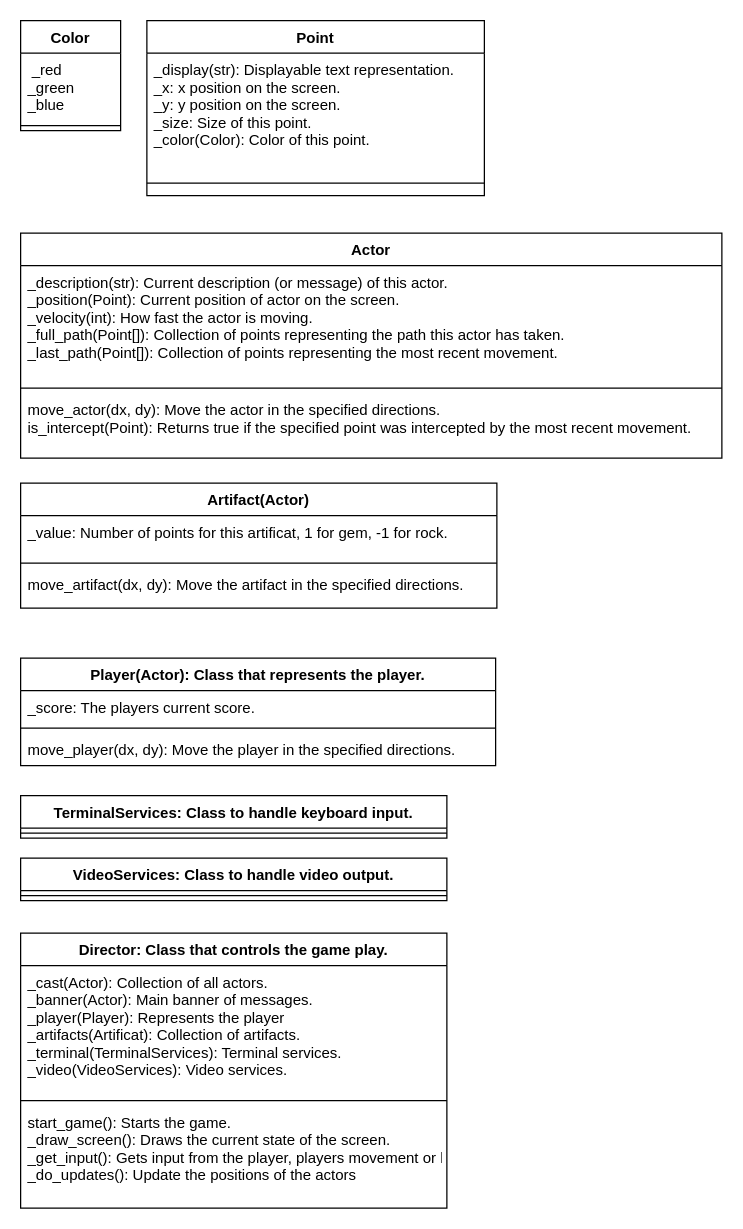
mscottreynolds/cse210-04 keeps this draw.io diagram as Greed - Class Diagram.drawio. Above is the earlier version. Source tidied: cells renumbered, new cells numbered last; positions are measured from the earlier drawing's top-left corner, leaving out a move shared by most shapes. Both pictures are drawn from the tidied source at 125%, with x=0, y=0 at pixel (20, 20).
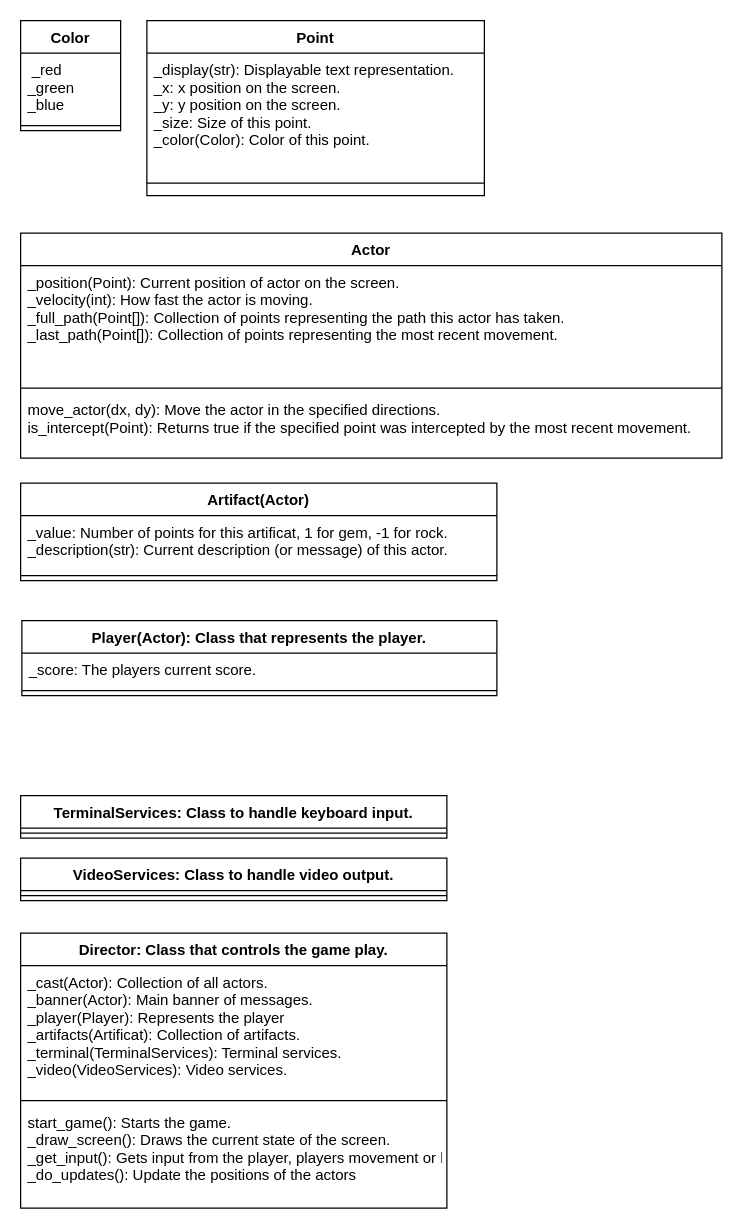
After the change.

The change refers to these unchanged cells:
```xml
<mxCell id="8" value="Actor" style="swimlane;fontStyle=1;align=center;verticalAlign=top;horizontal=1;startSize=26;" parent="1" vertex="1">
  <mxGeometry y="170" width="561" height="180" as="geometry" />
</mxCell>
```

Diff of the diagram source:
```diff
@@
-    <mxCell id="9" value="_description(str): Current description (or message) of this actor.&#10;_position(Point): Current position of actor on the screen.&#10;_velocity(int): How fast the actor is moving.&#10;_full_path(Point[]): Collection of points representing the path this actor has taken.&#10;_last_path(Point[]): Collection of points representing the most recent movement." style="text;strokeColor=none;fillColor=none;align=left;verticalAlign=top;spacingLeft=4;spacingRight=4;overflow=hidden;" parent="8" vertex="1">
+    <mxCell id="9" value="_position(Point): Current position of actor on the screen.&#10;_velocity(int): How fast the actor is moving.&#10;_full_path(Point[]): Collection of points representing the path this actor has taken.&#10;_last_path(Point[]): Collection of points representing the most recent movement." style="text;strokeColor=none;fillColor=none;align=left;verticalAlign=top;spacingLeft=4;spacingRight=4;overflow=hidden;" parent="8" vertex="1">
       <mxGeometry y="26" width="561" height="94" as="geometry" />
     </mxCell>
@@
     <mxCell id="12" value="Artifact(Actor)" style="swimlane;fontStyle=1;align=center;verticalAlign=top;horizontal=1;startSize=26;" parent="1" vertex="1">
-      <mxGeometry y="370" width="381" height="100" as="geometry" />
+      <mxGeometry y="370" width="381" height="78" as="geometry" />
     </mxCell>
-    <mxCell id="13" value="_value: Number of points for this artificat, 1 for gem, -1 for rock." style="text;strokeColor=none;fillColor=none;align=left;verticalAlign=top;spacingLeft=4;spacingRight=4;overflow=hidden;" parent="12" vertex="1">
-      <mxGeometry y="26" width="381" height="34" as="geometry" />
+    <mxCell id="13" value="_value: Number of points for this artificat, 1 for gem, -1 for rock.&#10;_description(str): Current description (or message) of this actor.&#10;" style="text;strokeColor=none;fillColor=none;align=left;verticalAlign=top;spacingLeft=4;spacingRight=4;overflow=hidden;" parent="12" vertex="1">
+      <mxGeometry y="26" width="381" height="44" as="geometry" />
     </mxCell>
     <mxCell id="14" style="line;strokeWidth=1;fillColor=none;align=left;verticalAlign=middle;spacingTop=-1;spacingLeft=3;spacingRight=3;labelPosition=right;strokeColor=inherit;" parent="12" vertex="1">
-      <mxGeometry y="60" width="381" height="8" as="geometry" />
+      <mxGeometry y="70" width="381" height="8" as="geometry" />
     </mxCell>
-    <mxCell id="15" value="move_artifact(dx, dy): Move the artifact in the specified directions." style="text;strokeColor=none;fillColor=none;align=left;verticalAlign=top;spacingLeft=4;spacingRight=4;overflow=hidden;" parent="12" vertex="1">
-      <mxGeometry y="68" width="381" height="32" as="geometry" />
-    </mxCell>
     <mxCell id="16" value="Player(Actor): Class that represents the player." style="swimlane;fontStyle=1;align=center;verticalAlign=top;horizontal=1;startSize=26;" parent="1" vertex="1">
-      <mxGeometry y="510" width="380" height="86" as="geometry" />
+      <mxGeometry x="1" y="480" width="380" height="60" as="geometry" />
     </mxCell>
@@
-    <mxCell id="19" value="move_player(dx, dy): Move the player in the specified directions." style="text;strokeColor=none;fillColor=none;align=left;verticalAlign=top;spacingLeft=4;spacingRight=4;overflow=hidden;" parent="16" vertex="1">
-      <mxGeometry y="60" width="380" height="26" as="geometry" />
-    </mxCell>
```
